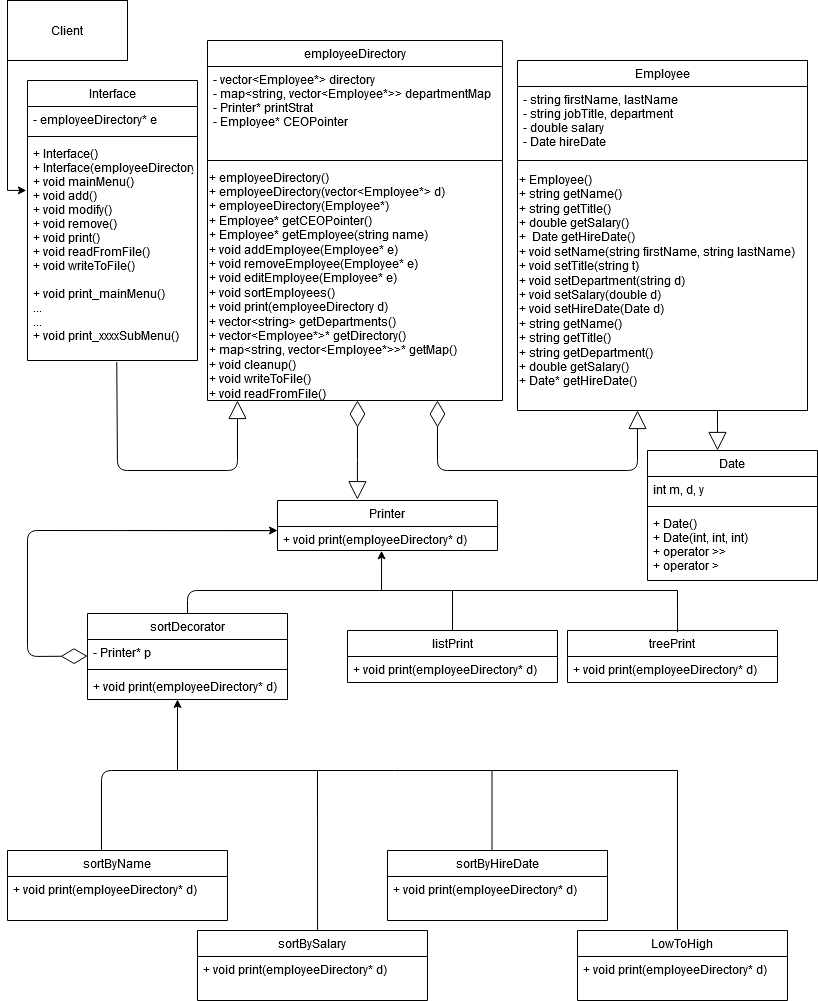
Earlier version of the draw.io export images/final_diagram.png (davids598/EmployeeDirectoryProgram). Source tidied: cells renumbered, new cells last; positions are measured from the earlier drawing's top-left corner, leaving out a move shared by most shapes.
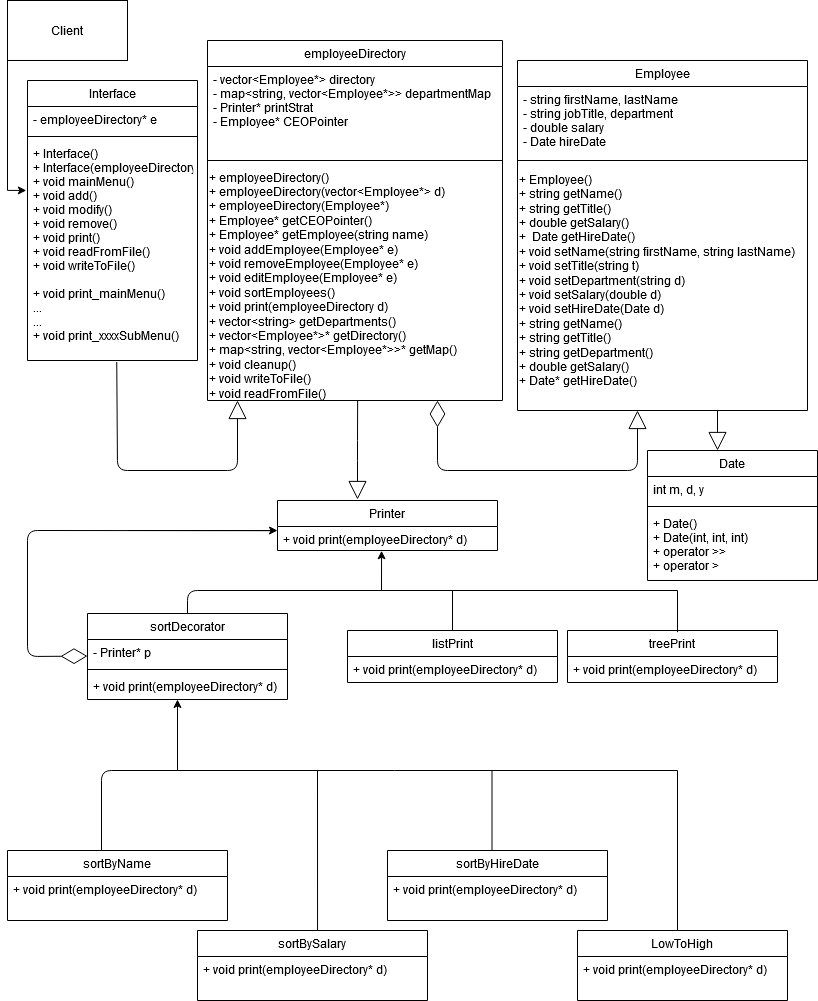
After the change.

Commit message:
updated class diagram

What changed in the source:
```diff
@@ -129,12 +129,6 @@
         <mxPoint x="310" y="770" as="targetPoint" />
       </mxGeometry>
     </mxCell>
-    <mxCell id="34" style="endArrow=diamondThin;endFill=0;endSize=24;html=1;" parent="1" edge="1">
-      <mxGeometry relative="1" as="geometry">
-        <mxPoint x="350" y="450" as="sourcePoint" />
-        <mxPoint x="350" y="400" as="targetPoint" />
-      </mxGeometry>
-    </mxCell>
     <mxCell id="35" style="endArrow=diamondThin;endFill=0;endSize=24;html=1;exitX=-0.007;exitY=0.174;exitDx=0;exitDy=0;exitPerimeter=0;entryX=0;entryY=0.638;entryDx=0;entryDy=0;entryPerimeter=0;" parent="1" edge="1" source="24" target="47">
       <mxGeometry relative="1" as="geometry">
         <Array as="points">
@@ -177,9 +171,9 @@
         </Array>
       </mxGeometry>
     </mxCell>
-    <mxCell id="43" style="endArrow=block;endSize=16;endFill=0;html=1;entryX=0.363;entryY=-0.016;entryDx=0;entryDy=0;entryPerimeter=0;" parent="1" edge="1" target="23">
+    <mxCell id="43" style="endArrow=block;endSize=16;endFill=0;html=1;exitX=0.509;exitY=0.998;exitDx=0;exitDy=0;exitPerimeter=0;" parent="1" edge="1" source="12">
       <mxGeometry x="0.12" y="-25" relative="1" as="geometry">
-        <mxPoint x="350" y="430" as="sourcePoint" />
+        <mxPoint x="350" y="499" as="targetPoint" />
         <Array as="points">
           <mxPoint x="350" y="450" />
         </Array>
```
